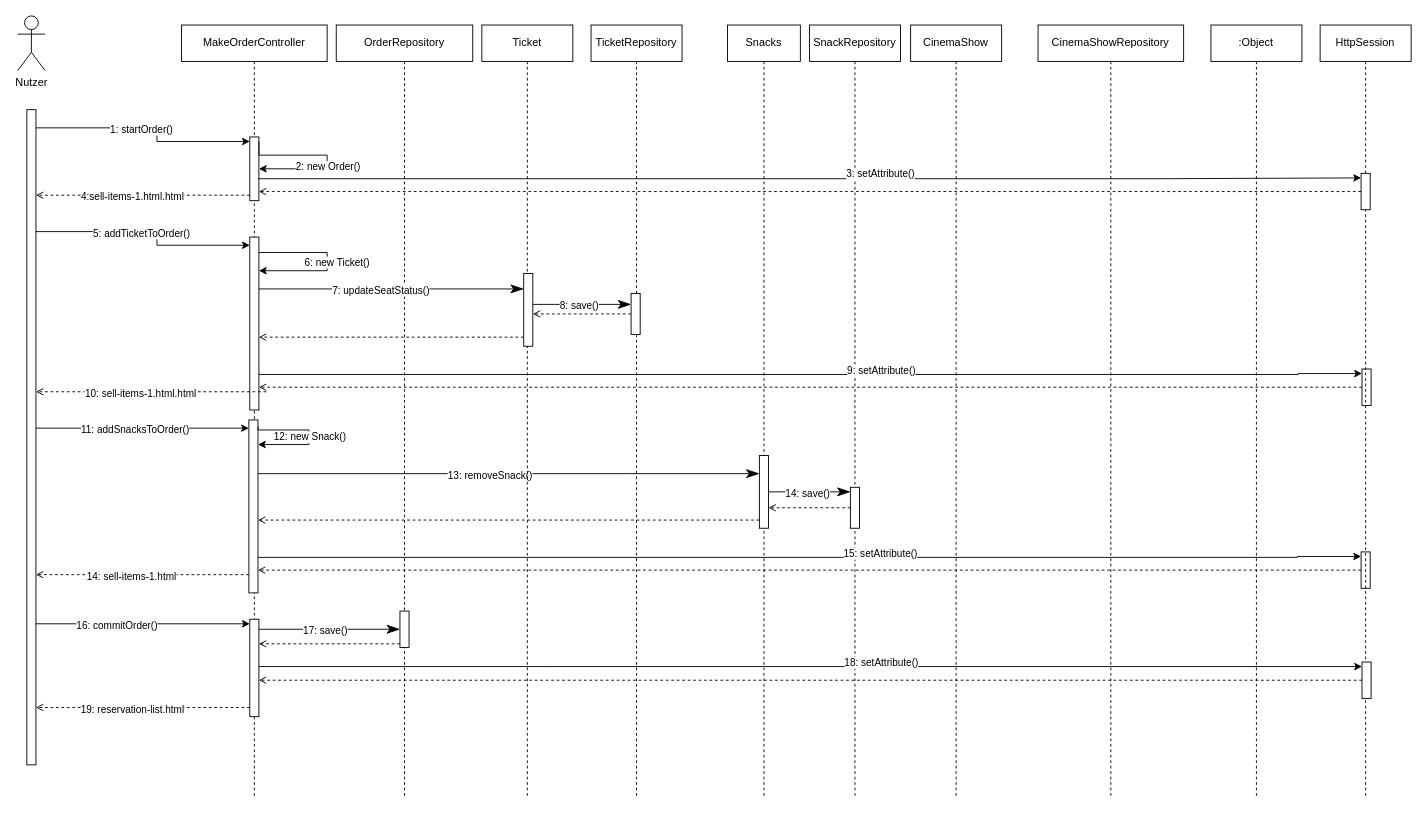
Above: src/main/asciidoc/models/design/Kassensubsystem/SequenzDiagramm_Kassensubsystem.drawio in Leonard0108/Anwendungsprogrammierung (draw.io), before the change. Source tidied: cells renumbered, new cells numbered last; positions are measured from the earlier drawing's top-left corner, leaving out a move shared by most shapes. Both pictures are drawn from the tidied source at 91%, with x=0, y=0 at pixel (17, 15).
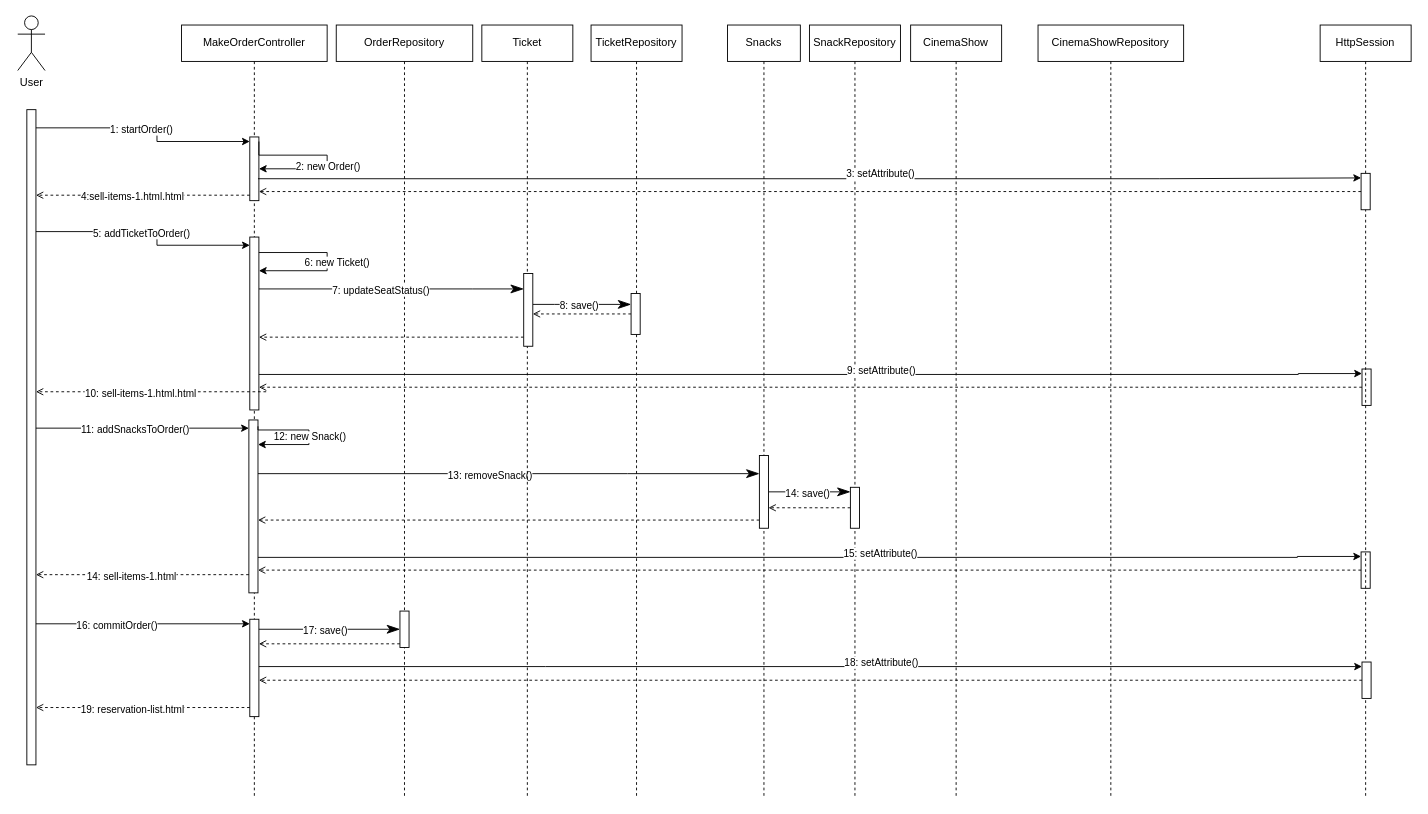
The same diagram, later.

The edit, as a diff of the source:
```diff
@@
-    <mxCell id="2" value="Nutzer" style="shape=umlActor;verticalLabelPosition=bottom;verticalAlign=top;html=1;" parent="1" vertex="1">
+    <mxCell id="2" value="User" style="shape=umlActor;verticalLabelPosition=bottom;verticalAlign=top;html=1;" parent="1" vertex="1">
       <mxGeometry width="30" height="60" as="geometry" />
     </mxCell>
@@
-    <mxCell id="59" value=":Object" style="shape=umlLifeline;perimeter=lifelinePerimeter;whiteSpace=wrap;html=1;" parent="1" vertex="1">
-      <mxGeometry x="1311.2" y="10" width="100" height="850" as="geometry" />
-    </mxCell>
```
